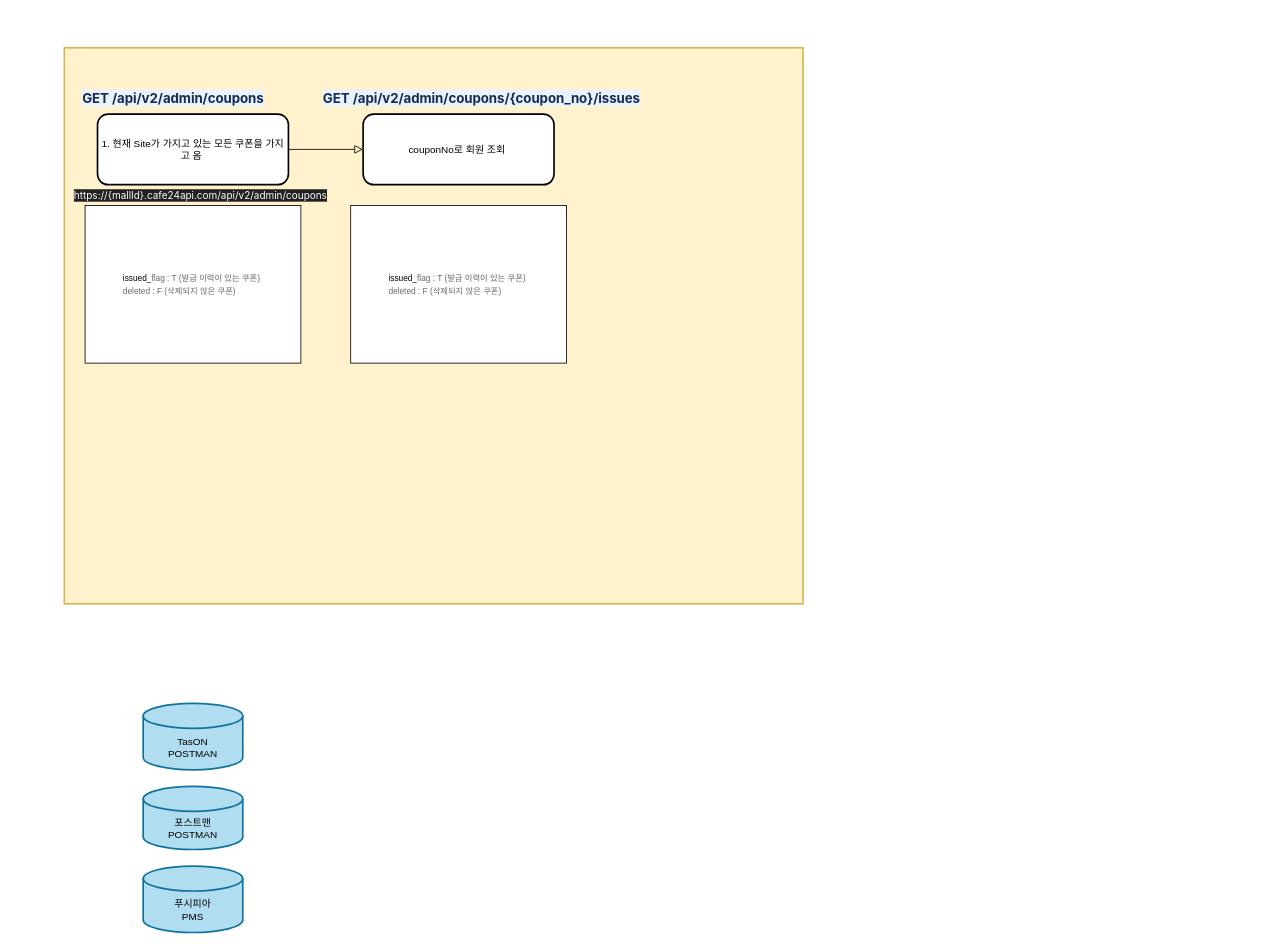
Above: 쿠폰연계.drawio in jaero0725/draw_io (draw.io), before the change. Source tidied: cells renumbered, new cells numbered last; positions are measured from the earlier drawing's top-left corner, leaving out a move shared by most shapes. Both pictures are drawn from the tidied source at 83%, with x=0, y=0 at pixel (64, 47).
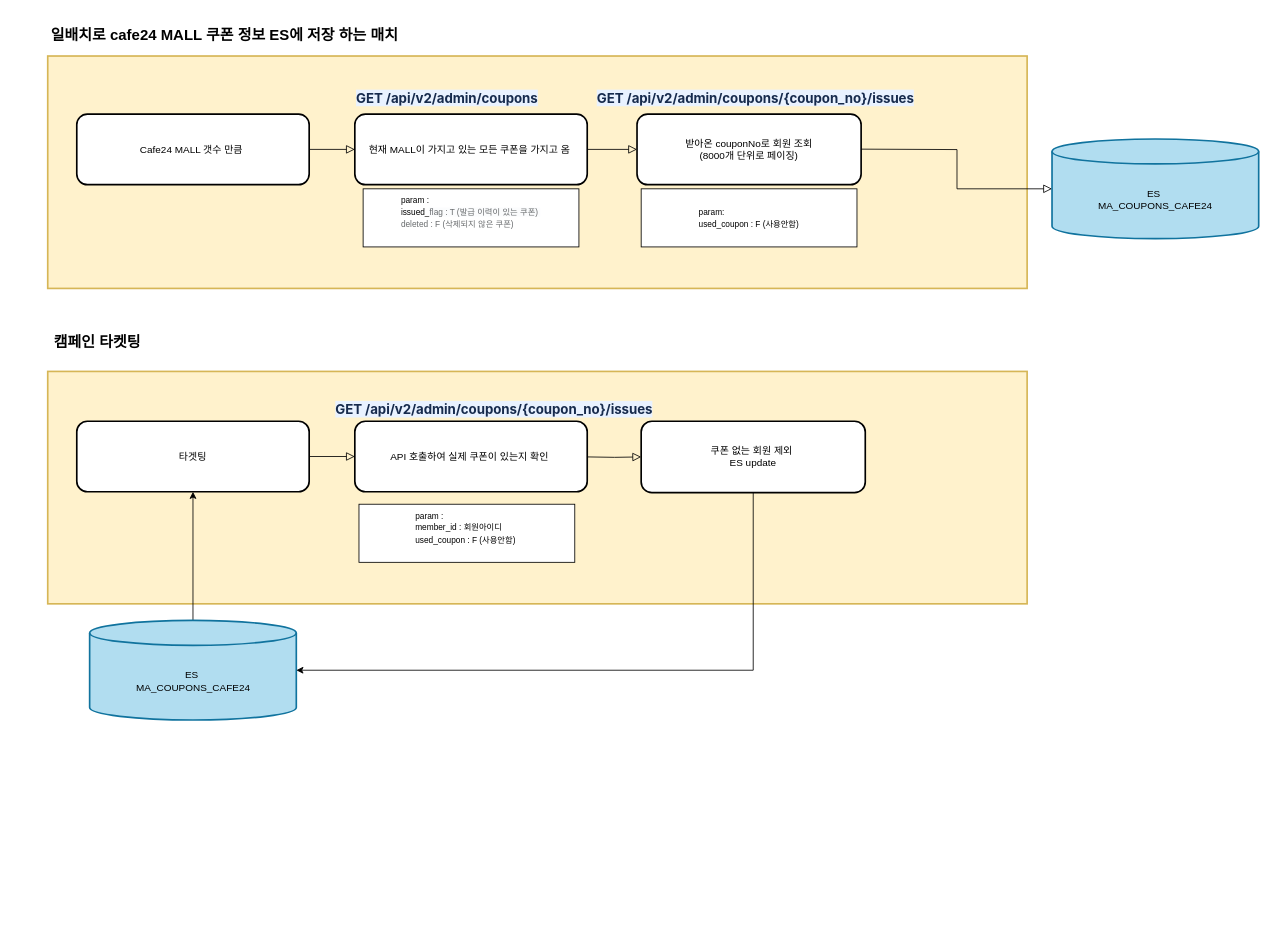
Above is the later version.

Commit message (it also covers changes not shown here):
쿠폰연계.drawio 업데이트

Diff of the diagram source:
```diff
@@
     <mxCell id="2" style="rounded=0;whiteSpace=wrap;html=1;strokeWidth=2;labelBackgroundColor=none;fillColor=#fff2cc;strokeColor=#d6b656;" parent="1" vertex="1">
-      <mxGeometry width="890" height="670" as="geometry" />
+      <mxGeometry x="-20" y="10" width="1180" height="280" as="geometry" />
     </mxCell>
-    <mxCell id="3" value="&lt;div style=&quot;text-align: left;&quot;&gt;&lt;font style=&quot;font-size: 10px;&quot;&gt;&lt;span style=&quot;background-color: initial;&quot;&gt;issued_&lt;/span&gt;&lt;wbr style=&quot;background-color: initial; box-sizing: border-box; color: rgb(104, 107, 109);&quot;&gt;&lt;span style=&quot;color: rgb(104, 107, 109); background-color: rgb(251, 252, 253);&quot;&gt;flag : T (발급 이력이 있는 쿠폰)&amp;nbsp;&lt;/span&gt;&lt;/font&gt;&lt;/div&gt;&lt;span style=&quot;color: rgb(104, 107, 109); background-color: rgb(251, 252, 253);&quot;&gt;&lt;div style=&quot;text-align: left;&quot;&gt;&lt;font style=&quot;font-size: 10px;&quot;&gt;deleted : F (삭제되지 않은 쿠폰)&lt;/font&gt;&lt;/div&gt;&lt;/span&gt;" style="rounded=0;whiteSpace=wrap;html=1;" parent="1" vertex="1">
-      <mxGeometry x="25" y="190" width="260" height="190" as="geometry" />
+    <mxCell id="3" value="&lt;div style=&quot;text-align: left;&quot;&gt;&lt;font style=&quot;font-size: 10px;&quot;&gt;&lt;span style=&quot;background-color: initial;&quot;&gt;param :&amp;nbsp;&lt;/span&gt;&lt;/font&gt;&lt;/div&gt;&lt;div style=&quot;text-align: left;&quot;&gt;&lt;font style=&quot;font-size: 10px;&quot;&gt;&lt;span style=&quot;background-color: initial;&quot;&gt;issued_&lt;/span&gt;&lt;wbr style=&quot;background-color: initial; box-sizing: border-box; color: rgb(104, 107, 109);&quot;&gt;&lt;span style=&quot;color: rgb(104, 107, 109); background-color: rgb(251, 252, 253);&quot;&gt;flag : T (발급 이력이 있는 쿠폰)&amp;nbsp;&lt;/span&gt;&lt;/font&gt;&lt;/div&gt;&lt;span style=&quot;color: rgb(104, 107, 109); background-color: rgb(251, 252, 253);&quot;&gt;&lt;div style=&quot;text-align: left;&quot;&gt;&lt;font style=&quot;font-size: 10px;&quot;&gt;deleted : F (삭제되지 않은 쿠폰)&lt;/font&gt;&lt;/div&gt;&lt;div style=&quot;text-align: left;&quot;&gt;&lt;br&gt;&lt;/div&gt;&lt;/span&gt;" style="rounded=0;whiteSpace=wrap;html=1;" parent="1" vertex="1">
+      <mxGeometry x="360" y="170" width="260" height="70" as="geometry" />
     </mxCell>
@@
-    <mxCell id="5" value="1. 현재 Site가 가지고 있는 모든 쿠폰을 가지고 옴&amp;nbsp;" style="rounded=1;whiteSpace=wrap;html=1;fontSize=12;glass=0;strokeWidth=2;shadow=0;labelBackgroundColor=none;" parent="1" vertex="1">
-      <mxGeometry x="40" y="80" width="230" height="85" as="geometry" />
+    <mxCell id="5" value="현재 MALL이 가지고 있는 모든 쿠폰을 가지고 옴&amp;nbsp;" style="rounded=1;whiteSpace=wrap;html=1;fontSize=12;glass=0;strokeWidth=2;shadow=0;labelBackgroundColor=none;" parent="1" vertex="1">
+      <mxGeometry x="350" y="80" width="280" height="85" as="geometry" />
     </mxCell>
-    <mxCell id="6" value="푸시피아&lt;br&gt;PMS" style="shape=cylinder3;whiteSpace=wrap;html=1;boundedLbl=1;backgroundOutline=1;size=15;strokeWidth=2;labelBackgroundColor=none;fillColor=#b1ddf0;strokeColor=#10739e;" parent="1" vertex="1">
-      <mxGeometry x="95" y="986" width="120" height="80" as="geometry" />
-    </mxCell>
-    <mxCell id="7" value="&lt;span style=&quot;color: rgb(255, 255, 255); font-family: Inter, system-ui, -apple-system, BlinkMacSystemFont, &amp;quot;Segoe UI&amp;quot;, Roboto, Oxygen, Ubuntu, Cantarell, &amp;quot;Fira Sans&amp;quot;, &amp;quot;Droid Sans&amp;quot;, Helvetica, Arial, sans-serif; font-size: 12px; font-style: normal; font-variant-ligatures: normal; font-variant-caps: normal; font-weight: 400; letter-spacing: normal; orphans: 2; text-align: left; text-indent: 0px; text-transform: none; widows: 2; word-spacing: 0px; -webkit-text-stroke-width: 0px; background-color: rgb(33, 33, 33); text-decoration-thickness: initial; text-decoration-style: initial; text-decoration-color: initial; float: none; display: inline !important;&quot;&gt;https://{mallId}.cafe24api.com/api/v2/admin/coupons&lt;/span&gt;" style="text;whiteSpace=wrap;html=1;" parent="1" vertex="1">
-      <mxGeometry x="10" y="165" width="310" height="40" as="geometry" />
-    </mxCell>
-    <mxCell id="8" value="couponNo로 회원 조회&amp;nbsp;" style="rounded=1;whiteSpace=wrap;html=1;fontSize=12;glass=0;strokeWidth=2;shadow=0;labelBackgroundColor=none;" parent="1" vertex="1">
-      <mxGeometry x="360" y="80" width="230" height="85" as="geometry" />
+    <mxCell id="8" value="받아온 couponNo로 회원 조회&lt;br&gt;&amp;nbsp;(8000개 단위로 페이징)&amp;nbsp;" style="rounded=1;whiteSpace=wrap;html=1;fontSize=12;glass=0;strokeWidth=2;shadow=0;labelBackgroundColor=none;" parent="1" vertex="1">
+      <mxGeometry x="690" y="80" width="270" height="85" as="geometry" />
     </mxCell>
     <mxCell id="9" value="&lt;strong style=&quot;color: rgb(23, 43, 77); font-family: -apple-system, BlinkMacSystemFont, &amp;quot;Segoe UI&amp;quot;, Roboto, Oxygen, Ubuntu, &amp;quot;Fira Sans&amp;quot;, &amp;quot;Droid Sans&amp;quot;, &amp;quot;Helvetica Neue&amp;quot;, sans-serif; font-size: 16px; font-style: normal; font-variant-ligatures: normal; font-variant-caps: normal; letter-spacing: -0.08px; orphans: 2; text-align: start; text-indent: 0px; text-transform: none; widows: 2; word-spacing: 0px; -webkit-text-stroke-width: 0px; background-color: rgb(233, 242, 255); text-decoration-thickness: initial; text-decoration-style: initial; text-decoration-color: initial;&quot;&gt;GET /api/v2/admin/coupons/{coupon_no}/issues&lt;/strong&gt;" style="text;whiteSpace=wrap;html=1;" parent="1" vertex="1">
-      <mxGeometry x="310" y="45" width="400" height="50" as="geometry" />
+      <mxGeometry x="640" y="45" width="400" height="50" as="geometry" />
     </mxCell>
     <mxCell id="10" value="&lt;strong style=&quot;color: rgb(23, 43, 77); font-family: -apple-system, BlinkMacSystemFont, &amp;quot;Segoe UI&amp;quot;, Roboto, Oxygen, Ubuntu, &amp;quot;Fira Sans&amp;quot;, &amp;quot;Droid Sans&amp;quot;, &amp;quot;Helvetica Neue&amp;quot;, sans-serif; font-size: 16px; font-style: normal; font-variant-ligatures: normal; font-variant-caps: normal; letter-spacing: -0.08px; orphans: 2; text-align: start; text-indent: 0px; text-transform: none; widows: 2; word-spacing: 0px; -webkit-text-stroke-width: 0px; background-color: rgb(233, 242, 255); text-decoration-thickness: initial; text-decoration-style: initial; text-decoration-color: initial;&quot;&gt;GET /api/v2/admin/coupons&lt;/strong&gt;" style="text;whiteSpace=wrap;html=1;" parent="1" vertex="1">
-      <mxGeometry x="20" y="45" width="240" height="40" as="geometry" />
+      <mxGeometry x="350" y="45" width="240" height="40" as="geometry" />
     </mxCell>
-    <mxCell id="11" value="&lt;div style=&quot;text-align: left;&quot;&gt;&lt;font style=&quot;font-size: 10px;&quot;&gt;&lt;span style=&quot;background-color: initial;&quot;&gt;issued_&lt;/span&gt;&lt;wbr style=&quot;background-color: initial; box-sizing: border-box; color: rgb(104, 107, 109);&quot;&gt;&lt;span style=&quot;color: rgb(104, 107, 109); background-color: rgb(251, 252, 253);&quot;&gt;flag : T (발급 이력이 있는 쿠폰)&amp;nbsp;&lt;/span&gt;&lt;/font&gt;&lt;/div&gt;&lt;span style=&quot;color: rgb(104, 107, 109); background-color: rgb(251, 252, 253);&quot;&gt;&lt;div style=&quot;text-align: left;&quot;&gt;&lt;font style=&quot;font-size: 10px;&quot;&gt;deleted : F (삭제되지 않은 쿠폰)&lt;/font&gt;&lt;/div&gt;&lt;/span&gt;" style="rounded=0;whiteSpace=wrap;html=1;" parent="1" vertex="1">
-      <mxGeometry x="345" y="190" width="260" height="190" as="geometry" />
+    <mxCell id="11" value="&lt;div style=&quot;text-align: left;&quot;&gt;&lt;span style=&quot;font-size: 10px;&quot;&gt;param:&lt;/span&gt;&lt;/div&gt;&lt;div style=&quot;text-align: left;&quot;&gt;&lt;span style=&quot;font-size: 10px;&quot;&gt;used_coupon : F (사용안함)&lt;/span&gt;&lt;/div&gt;" style="rounded=0;whiteSpace=wrap;html=1;" parent="1" vertex="1">
+      <mxGeometry x="695" y="170" width="260" height="70" as="geometry" />
     </mxCell>
-    <mxCell id="12" value="TasON&lt;br&gt;POSTMAN" style="shape=cylinder3;whiteSpace=wrap;html=1;boundedLbl=1;backgroundOutline=1;size=15;strokeWidth=2;labelBackgroundColor=none;fillColor=#b1ddf0;strokeColor=#10739e;" parent="1" vertex="1">
-      <mxGeometry x="95" y="790" width="120" height="80" as="geometry" />
+    <mxCell id="12" value="ES&amp;nbsp;&lt;br&gt;MA_COUPONS_CAFE24" style="shape=cylinder3;whiteSpace=wrap;html=1;boundedLbl=1;backgroundOutline=1;size=15;strokeWidth=2;labelBackgroundColor=none;fillColor=#b1ddf0;strokeColor=#10739e;" parent="1" vertex="1">
+      <mxGeometry x="1190" y="110" width="249" height="120" as="geometry" />
     </mxCell>
-    <mxCell id="13" value="포스트맨&lt;br&gt;POSTMAN" style="shape=cylinder3;whiteSpace=wrap;html=1;boundedLbl=1;backgroundOutline=1;size=15;strokeWidth=2;labelBackgroundColor=none;fillColor=#b1ddf0;strokeColor=#10739e;" parent="1" vertex="1">
-      <mxGeometry x="95" y="890" width="120" height="76" as="geometry" />
-    </mxCell>
+    <mxCell id="14" value="Cafe24 MALL 갯수 만큼&amp;nbsp;" style="rounded=1;whiteSpace=wrap;html=1;fontSize=12;glass=0;strokeWidth=2;shadow=0;labelBackgroundColor=none;" parent="1" vertex="1">
+      <mxGeometry x="15" y="80" width="280" height="85" as="geometry" />
+    </mxCell>
+    <mxCell id="15" style="rounded=0;html=1;jettySize=auto;fontSize=11;endArrow=block;endFill=0;endSize=8;strokeWidth=1;shadow=0;labelBackgroundColor=none;edgeStyle=orthogonalEdgeStyle;fontColor=default;exitX=1;exitY=0.5;exitDx=0;exitDy=0;entryX=0;entryY=0.5;entryDx=0;entryDy=0;" parent="1" edge="1" source="14" target="5">
+      <mxGeometry relative="1" as="geometry" />
+    </mxCell>
+    <mxCell id="16" style="rounded=0;html=1;jettySize=auto;fontSize=11;endArrow=block;endFill=0;endSize=8;strokeWidth=1;shadow=0;labelBackgroundColor=none;edgeStyle=orthogonalEdgeStyle;fontColor=default;exitX=1;exitY=0.5;exitDx=0;exitDy=0;entryX=0;entryY=0.5;entryDx=0;entryDy=0;entryPerimeter=0;" parent="1" edge="1" target="12">
+      <mxGeometry relative="1" as="geometry">
+        <mxPoint x="960" y="122.2" as="sourcePoint" />
+      </mxGeometry>
+    </mxCell>
+    <mxCell id="17" value="&lt;b&gt;&lt;font style=&quot;font-size: 18px;&quot;&gt;일배치로 cafe24 MALL 쿠폰 정보 ES에 저장 하는 매치&lt;/font&gt;&amp;nbsp;&lt;/b&gt;" style="text;strokeColor=none;align=center;fillColor=none;html=1;verticalAlign=middle;whiteSpace=wrap;rounded=0;" parent="1" vertex="1">
+      <mxGeometry x="-60" y="-40" width="510" height="50" as="geometry" />
+    </mxCell>
+    <mxCell id="18" value="&lt;span style=&quot;font-size: 18px;&quot;&gt;&lt;b&gt;캠페인 타켓팅&lt;br&gt;&lt;/b&gt;&lt;/span&gt;" style="text;strokeColor=none;align=center;fillColor=none;html=1;verticalAlign=middle;whiteSpace=wrap;rounded=0;" parent="1" vertex="1">
+      <mxGeometry x="-60" y="330" width="200" height="50" as="geometry" />
+    </mxCell>
+    <mxCell id="19" style="rounded=0;whiteSpace=wrap;html=1;strokeWidth=2;labelBackgroundColor=none;fillColor=#fff2cc;strokeColor=#d6b656;" parent="1" vertex="1">
+      <mxGeometry x="-20" y="390" width="1180" height="280" as="geometry" />
+    </mxCell>
+    <mxCell id="20" style="edgeStyle=orthogonalEdgeStyle;rounded=0;jettySize=auto;html=1;entryX=0.5;entryY=1;entryDx=0;entryDy=0;" parent="1" edge="1" source="21" target="22">
+      <mxGeometry relative="1" as="geometry" />
+    </mxCell>
+    <mxCell id="21" value="ES&amp;nbsp;&lt;br&gt;MA_COUPONS_CAFE24" style="shape=cylinder3;whiteSpace=wrap;html=1;boundedLbl=1;backgroundOutline=1;size=15;strokeWidth=2;labelBackgroundColor=none;fillColor=#b1ddf0;strokeColor=#10739e;" parent="1" vertex="1">
+      <mxGeometry x="30.5" y="690" width="249" height="120" as="geometry" />
+    </mxCell>
+    <mxCell id="22" value="타겟팅" style="rounded=1;whiteSpace=wrap;html=1;fontSize=12;glass=0;strokeWidth=2;shadow=0;labelBackgroundColor=none;" parent="1" vertex="1">
+      <mxGeometry x="15" y="450" width="280" height="85" as="geometry" />
+    </mxCell>
+    <mxCell id="23" value="API 호출하여 실제 쿠폰이 있는지 확인&amp;nbsp;" style="rounded=1;whiteSpace=wrap;html=1;fontSize=12;glass=0;strokeWidth=2;shadow=0;labelBackgroundColor=none;" parent="1" vertex="1">
+      <mxGeometry x="350" y="450" width="280" height="85" as="geometry" />
+    </mxCell>
+    <mxCell id="24" style="rounded=0;html=1;jettySize=auto;fontSize=11;endArrow=block;endFill=0;endSize=8;strokeWidth=1;shadow=0;labelBackgroundColor=none;edgeStyle=orthogonalEdgeStyle;fontColor=default;exitX=1;exitY=0.5;exitDx=0;exitDy=0;entryX=0;entryY=0.5;entryDx=0;entryDy=0;" parent="1" edge="1" source="22" target="23">
+      <mxGeometry relative="1" as="geometry" />
+    </mxCell>
+    <mxCell id="25" value="&lt;div style=&quot;text-align: left;&quot;&gt;&lt;font style=&quot;font-size: 10px;&quot;&gt;&lt;span style=&quot;background-color: initial;&quot;&gt;param :&amp;nbsp;&lt;/span&gt;&lt;/font&gt;&lt;/div&gt;&lt;div style=&quot;text-align: left;&quot;&gt;&lt;span style=&quot;font-size: 10px;&quot;&gt;member_id : 회원아이디&lt;/span&gt;&lt;/div&gt;&lt;div style=&quot;text-align: left;&quot;&gt;&lt;span style=&quot;font-size: 10px;&quot;&gt;used_coupon : F (사용안함)&amp;nbsp;&lt;/span&gt;&lt;/div&gt;&lt;span style=&quot;color: rgb(104, 107, 109); background-color: rgb(251, 252, 253);&quot;&gt;&lt;div style=&quot;text-align: left;&quot;&gt;&lt;br&gt;&lt;/div&gt;&lt;/span&gt;" style="rounded=0;whiteSpace=wrap;html=1;" parent="1" vertex="1">
+      <mxGeometry x="355" y="550" width="260" height="70" as="geometry" />
+    </mxCell>
+    <mxCell id="26" value="&lt;strong style=&quot;color: rgb(23, 43, 77); font-family: -apple-system, BlinkMacSystemFont, &amp;quot;Segoe UI&amp;quot;, Roboto, Oxygen, Ubuntu, &amp;quot;Fira Sans&amp;quot;, &amp;quot;Droid Sans&amp;quot;, &amp;quot;Helvetica Neue&amp;quot;, sans-serif; font-size: 16px; font-style: normal; font-variant-ligatures: normal; font-variant-caps: normal; letter-spacing: -0.08px; orphans: 2; text-align: start; text-indent: 0px; text-transform: none; widows: 2; word-spacing: 0px; -webkit-text-stroke-width: 0px; background-color: rgb(233, 242, 255); text-decoration-thickness: initial; text-decoration-style: initial; text-decoration-color: initial;&quot;&gt;GET /api/v2/admin/coupons/{coupon_no}/issues&lt;/strong&gt;" style="text;whiteSpace=wrap;html=1;" parent="1" vertex="1">
+      <mxGeometry x="325" y="420" width="400" height="50" as="geometry" />
+    </mxCell>
+    <mxCell id="27" style="rounded=0;html=1;jettySize=auto;fontSize=11;endArrow=block;endFill=0;endSize=8;strokeWidth=1;shadow=0;labelBackgroundColor=none;edgeStyle=orthogonalEdgeStyle;fontColor=default;exitX=1;exitY=0.5;exitDx=0;exitDy=0;entryX=0;entryY=0.5;entryDx=0;entryDy=0;" parent="1" edge="1" target="28">
+      <mxGeometry relative="1" as="geometry">
+        <mxPoint x="630" y="493" as="sourcePoint" />
+      </mxGeometry>
+    </mxCell>
+    <mxCell id="28" value="쿠폰 없는 회원 제외&amp;nbsp;&lt;br&gt;ES update" style="rounded=1;whiteSpace=wrap;html=1;fontSize=12;glass=0;strokeWidth=2;shadow=0;labelBackgroundColor=none;" parent="1" vertex="1">
+      <mxGeometry x="695" y="450" width="270" height="86" as="geometry" />
+    </mxCell>
+    <mxCell id="29" style="endArrow=classic;html=1;rounded=0;exitX=0.5;exitY=1;exitDx=0;exitDy=0;entryX=1;entryY=0.5;entryDx=0;entryDy=0;entryPerimeter=0;" parent="1" edge="1" source="28" target="21">
+      <mxGeometry relative="1" as="geometry">
+        <Array as="points">
+          <mxPoint x="830" y="750" />
+        </Array>
+      </mxGeometry>
+    </mxCell>
```
